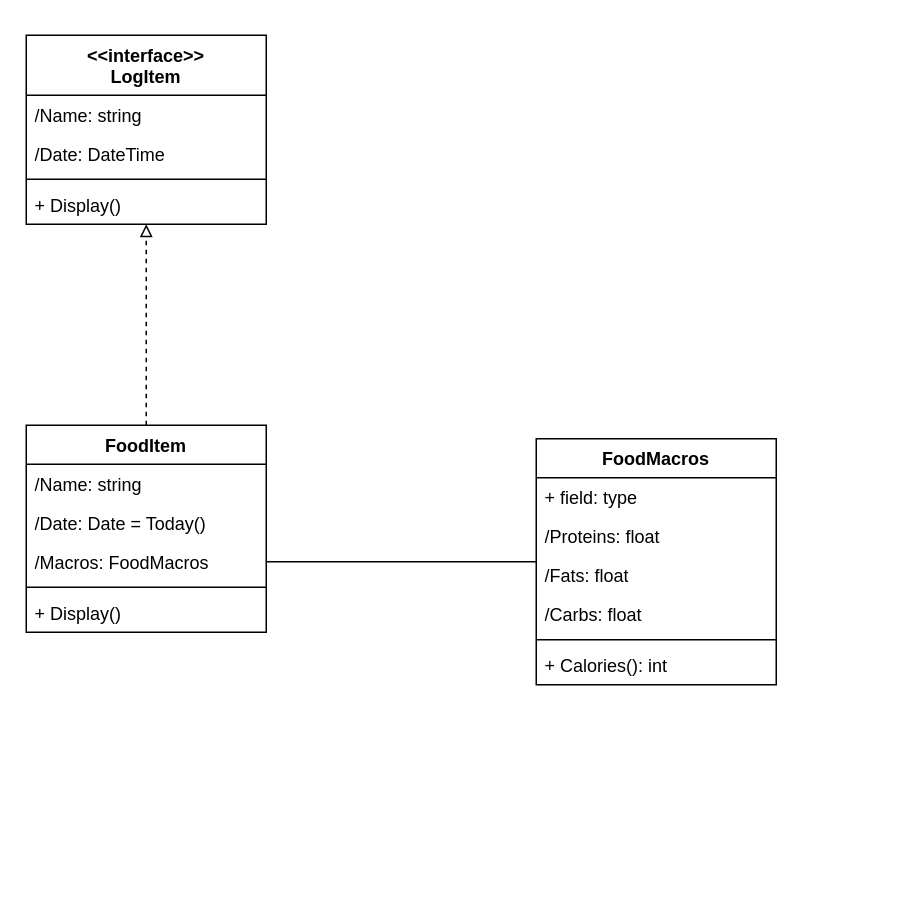
apaquette/MacroMate keeps this draw.io diagram as page "Class Diagram" (3 of 3) of System Design.drawio. Above is the earlier version. Source tidied: cells renumbered, new cells numbered last; positions are measured from the earlier drawing's top-left corner, leaving out a move shared by most shapes. Both pictures are drawn from the tidied source at 150%, with x=0, y=0 at pixel (26, 34).
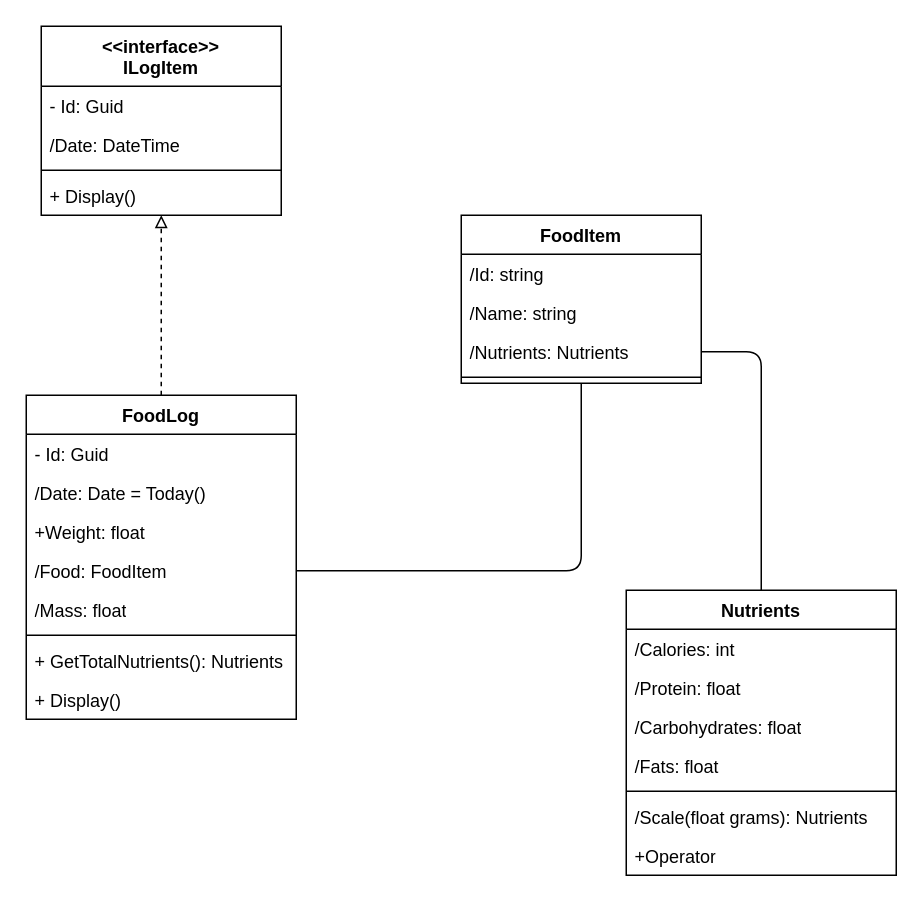
Above is the later version.

Commit message:
Update class diagram

Change to the diagram source:
```diff
@@
-    <mxCell id="2" style="edgeStyle=orthogonalEdgeStyle;html=1;endArrow=block;endFill=0;dashed=1;" parent="1" edge="1" source="3" target="17">
+    <mxCell id="2" style="edgeStyle=orthogonalEdgeStyle;html=1;endArrow=block;endFill=0;dashed=1;" parent="1" edge="1" source="29" target="17">
       <mxGeometry relative="1" as="geometry" />
     </mxCell>
+    <mxCell id="22" style="edgeStyle=orthogonalEdgeStyle;html=1;endArrow=none;endFill=0;" parent="1" edge="1" source="3" target="32">
+      <mxGeometry relative="1" as="geometry" />
+    </mxCell>
     <mxCell id="3" value="FoodItem" style="swimlane;fontStyle=1;align=center;verticalAlign=top;horizontal=1;startSize=26;whiteSpace=wrap;html=1;" parent="1" vertex="1">
-      <mxGeometry y="260" width="160" height="138" as="geometry" />
+      <mxGeometry x="290" y="120" width="160" height="112" as="geometry" />
     </mxCell>
-    <mxCell id="4" value="/Name: string" style="text;strokeColor=none;fillColor=none;align=left;verticalAlign=top;spacingLeft=4;spacingRight=4;overflow=hidden;whiteSpace=wrap;html=1;" parent="3" vertex="1">
-      <mxGeometry y="26" width="160" height="26" as="geometry" />
-    </mxCell>
-    <mxCell id="5" value="/Date: Date = Today()" style="text;strokeColor=none;fillColor=none;align=left;verticalAlign=top;spacingLeft=4;spacingRight=4;overflow=hidden;whiteSpace=wrap;html=1;" parent="3" vertex="1">
-      <mxGeometry y="52" width="160" height="26" as="geometry" />
-    </mxCell>
+    <mxCell id="23" value="/Id: string" style="text;strokeColor=none;fillColor=none;align=left;verticalAlign=top;spacingLeft=4;spacingRight=4;overflow=hidden;whiteSpace=wrap;html=1;" parent="3" vertex="1">
+      <mxGeometry y="26" width="160" height="26" as="geometry" />
+    </mxCell>
+    <mxCell id="18" value="/Name: string" style="text;strokeColor=none;fillColor=none;align=left;verticalAlign=top;spacingLeft=4;spacingRight=4;overflow=hidden;whiteSpace=wrap;html=1;" parent="3" vertex="1">
+      <mxGeometry y="52" width="160" height="26" as="geometry" />
+    </mxCell>
-    <mxCell id="6" value="/Macros: FoodMacros" style="text;strokeColor=none;fillColor=none;align=left;verticalAlign=top;spacingLeft=4;spacingRight=4;overflow=hidden;points=[[0,0.5],[1,0.5]];portConstraint=eastwest;whiteSpace=wrap;html=1;" parent="3" vertex="1">
+    <mxCell id="6" value="/Nutrients: Nutrients" style="text;strokeColor=none;fillColor=none;align=left;verticalAlign=top;spacingLeft=4;spacingRight=4;overflow=hidden;points=[[0,0.5],[1,0.5]];portConstraint=eastwest;whiteSpace=wrap;html=1;" parent="3" vertex="1">
       <mxGeometry y="78" width="160" height="26" as="geometry" />
     </mxCell>
@@
-    <mxCell id="8" value="+ Display()" style="text;strokeColor=none;fillColor=none;align=left;verticalAlign=top;spacingLeft=4;spacingRight=4;overflow=hidden;whiteSpace=wrap;html=1;" parent="3" vertex="1">
-      <mxGeometry y="112" width="160" height="26" as="geometry" />
-    </mxCell>
-    <mxCell id="9" value="FoodMacros" style="swimlane;fontStyle=1;align=center;verticalAlign=top;horizontal=1;startSize=26;whiteSpace=wrap;html=1;" parent="1" vertex="1">
-      <mxGeometry x="340" y="269" width="160" height="164" as="geometry" />
+    <mxCell id="9" value="Nutrients" style="swimlane;fontStyle=1;align=center;verticalAlign=top;horizontal=1;startSize=26;whiteSpace=wrap;html=1;" parent="1" vertex="1">
+      <mxGeometry x="400" y="370" width="180" height="190" as="geometry" />
     </mxCell>
-    <mxCell id="10" value="+ field: type" style="text;strokeColor=none;fillColor=none;align=left;verticalAlign=top;spacingLeft=4;spacingRight=4;overflow=hidden;whiteSpace=wrap;html=1;" parent="9" vertex="1">
-      <mxGeometry y="26" width="160" height="26" as="geometry" />
-    </mxCell>
+    <mxCell id="24" value="/Calories: int" style="text;strokeColor=none;fillColor=none;align=left;verticalAlign=top;spacingLeft=4;spacingRight=4;overflow=hidden;whiteSpace=wrap;html=1;" parent="9" vertex="1">
+      <mxGeometry y="26" width="180" height="26" as="geometry" />
+    </mxCell>
-    <mxCell id="11" value="/Proteins: float" style="text;strokeColor=none;fillColor=none;align=left;verticalAlign=top;spacingLeft=4;spacingRight=4;overflow=hidden;whiteSpace=wrap;html=1;" parent="9" vertex="1">
-      <mxGeometry y="52" width="160" height="26" as="geometry" />
+    <mxCell id="11" value="/Protein: float" style="text;strokeColor=none;fillColor=none;align=left;verticalAlign=top;spacingLeft=4;spacingRight=4;overflow=hidden;whiteSpace=wrap;html=1;" parent="9" vertex="1">
+      <mxGeometry y="52" width="180" height="26" as="geometry" />
     </mxCell>
+    <mxCell id="25" value="/Carbohydrates: float" style="text;strokeColor=none;fillColor=none;align=left;verticalAlign=top;spacingLeft=4;spacingRight=4;overflow=hidden;whiteSpace=wrap;html=1;" parent="9" vertex="1">
+      <mxGeometry y="78" width="180" height="26" as="geometry" />
+    </mxCell>
     <mxCell id="12" value="/Fats: float" style="text;strokeColor=none;fillColor=none;align=left;verticalAlign=top;spacingLeft=4;spacingRight=4;overflow=hidden;whiteSpace=wrap;html=1;" parent="9" vertex="1">
-      <mxGeometry y="78" width="160" height="26" as="geometry" />
+      <mxGeometry y="104" width="180" height="26" as="geometry" />
     </mxCell>
-    <mxCell id="13" value="/Carbs: float" style="text;strokeColor=none;fillColor=none;align=left;verticalAlign=top;spacingLeft=4;spacingRight=4;overflow=hidden;whiteSpace=wrap;html=1;" parent="9" vertex="1">
-      <mxGeometry y="104" width="160" height="26" as="geometry" />
-    </mxCell>
     <mxCell id="14" style="line;strokeWidth=1;fillColor=none;align=left;verticalAlign=middle;spacingTop=-1;spacingLeft=3;spacingRight=3;labelPosition=right;strokeColor=inherit;" parent="9" vertex="1">
-      <mxGeometry y="130" width="160" height="8" as="geometry" />
+      <mxGeometry y="130" width="180" height="8" as="geometry" />
     </mxCell>
-    <mxCell id="15" value="+ Calories(): int" style="text;strokeColor=none;fillColor=none;align=left;verticalAlign=top;spacingLeft=4;spacingRight=4;overflow=hidden;whiteSpace=wrap;html=1;" parent="9" vertex="1">
-      <mxGeometry y="138" width="160" height="26" as="geometry" />
-    </mxCell>
+    <mxCell id="26" value="/Scale(float grams): Nutrients" style="text;strokeColor=none;fillColor=none;align=left;verticalAlign=top;spacingLeft=4;spacingRight=4;overflow=hidden;whiteSpace=wrap;html=1;" parent="9" vertex="1">
+      <mxGeometry y="138" width="180" height="26" as="geometry" />
+    </mxCell>
+    <mxCell id="27" value="+Operator" style="text;strokeColor=none;fillColor=none;align=left;verticalAlign=top;spacingLeft=4;spacingRight=4;overflow=hidden;whiteSpace=wrap;html=1;" parent="9" vertex="1">
+      <mxGeometry y="164" width="180" height="26" as="geometry" />
+    </mxCell>
@@
-    <mxCell id="17" value="&lt;div&gt;&amp;lt;&amp;lt;interface&amp;gt;&amp;gt;&lt;/div&gt;LogItem" style="swimlane;fontStyle=1;align=center;verticalAlign=top;horizontal=1;startSize=40;whiteSpace=wrap;html=1;" parent="1" vertex="1">
-      <mxGeometry width="160" height="126" as="geometry" />
+    <mxCell id="17" value="&lt;div&gt;&amp;lt;&amp;lt;interface&amp;gt;&amp;gt;&lt;/div&gt;ILogItem" style="swimlane;fontStyle=1;align=center;verticalAlign=top;horizontal=1;startSize=40;whiteSpace=wrap;html=1;" parent="1" vertex="1">
+      <mxGeometry x="10" y="-6" width="160" height="126" as="geometry" />
     </mxCell>
-    <mxCell id="18" value="/Name: string" style="text;strokeColor=none;fillColor=none;align=left;verticalAlign=top;spacingLeft=4;spacingRight=4;overflow=hidden;whiteSpace=wrap;html=1;" parent="17" vertex="1">
-      <mxGeometry y="40" width="160" height="26" as="geometry" />
-    </mxCell>
-    <mxCell id="19" value="/Date: DateTime" style="text;strokeColor=none;fillColor=none;align=left;verticalAlign=top;spacingLeft=4;spacingRight=4;overflow=hidden;whiteSpace=wrap;html=1;" parent="17" vertex="1">
-      <mxGeometry y="66" width="160" height="26" as="geometry" />
+    <mxCell id="19" value="- Id: Guid" style="text;strokeColor=none;fillColor=none;align=left;verticalAlign=top;spacingLeft=4;spacingRight=4;overflow=hidden;whiteSpace=wrap;html=1;" parent="17" vertex="1">
+      <mxGeometry y="40" width="160" height="26" as="geometry" />
     </mxCell>
+    <mxCell id="28" value="/Date: DateTime" style="text;strokeColor=none;fillColor=none;align=left;verticalAlign=top;spacingLeft=4;spacingRight=4;overflow=hidden;whiteSpace=wrap;html=1;" parent="17" vertex="1">
+      <mxGeometry y="66" width="160" height="26" as="geometry" />
+    </mxCell>
@@
+    <mxCell id="29" value="FoodLog" style="swimlane;fontStyle=1;align=center;verticalAlign=top;horizontal=1;startSize=26;whiteSpace=wrap;html=1;" parent="1" vertex="1">
+      <mxGeometry y="240" width="180" height="216" as="geometry" />
+    </mxCell>
+    <mxCell id="30" value="- Id: Guid" style="text;strokeColor=none;fillColor=none;align=left;verticalAlign=top;spacingLeft=4;spacingRight=4;overflow=hidden;whiteSpace=wrap;html=1;" parent="29" vertex="1">
+      <mxGeometry y="26" width="180" height="26" as="geometry" />
+    </mxCell>
+    <mxCell id="5" value="/Date: Date = Today()" style="text;strokeColor=none;fillColor=none;align=left;verticalAlign=top;spacingLeft=4;spacingRight=4;overflow=hidden;whiteSpace=wrap;html=1;" parent="29" vertex="1">
+      <mxGeometry y="52" width="180" height="26" as="geometry" />
+    </mxCell>
+    <mxCell id="31" value="+Weight: float" style="text;strokeColor=none;fillColor=none;align=left;verticalAlign=top;spacingLeft=4;spacingRight=4;overflow=hidden;whiteSpace=wrap;html=1;" parent="29" vertex="1">
+      <mxGeometry y="78" width="180" height="26" as="geometry" />
+    </mxCell>
+    <mxCell id="32" value="/Food: FoodItem" style="text;strokeColor=none;fillColor=none;align=left;verticalAlign=top;spacingLeft=4;spacingRight=4;overflow=hidden;points=[[0,0.5],[1,0.5]];portConstraint=eastwest;whiteSpace=wrap;html=1;" parent="29" vertex="1">
+      <mxGeometry y="104" width="180" height="26" as="geometry" />
+    </mxCell>
+    <mxCell id="4" value="/Mass: float" style="text;strokeColor=none;fillColor=none;align=left;verticalAlign=top;spacingLeft=4;spacingRight=4;overflow=hidden;whiteSpace=wrap;html=1;" parent="29" vertex="1">
+      <mxGeometry y="130" width="180" height="26" as="geometry" />
+    </mxCell>
+    <mxCell id="33" style="line;strokeWidth=1;fillColor=none;align=left;verticalAlign=middle;spacingTop=-1;spacingLeft=3;spacingRight=3;labelPosition=right;strokeColor=inherit;" parent="29" vertex="1">
+      <mxGeometry y="156" width="180" height="8" as="geometry" />
+    </mxCell>
+    <mxCell id="34" value="+ GetTotalNutrients(): Nutrients" style="text;strokeColor=none;fillColor=none;align=left;verticalAlign=top;spacingLeft=4;spacingRight=4;overflow=hidden;whiteSpace=wrap;html=1;" parent="29" vertex="1">
+      <mxGeometry y="164" width="180" height="26" as="geometry" />
+    </mxCell>
+    <mxCell id="8" value="+ Display()" style="text;strokeColor=none;fillColor=none;align=left;verticalAlign=top;spacingLeft=4;spacingRight=4;overflow=hidden;whiteSpace=wrap;html=1;" parent="29" vertex="1">
+      <mxGeometry y="190" width="180" height="26" as="geometry" />
+    </mxCell>
```
